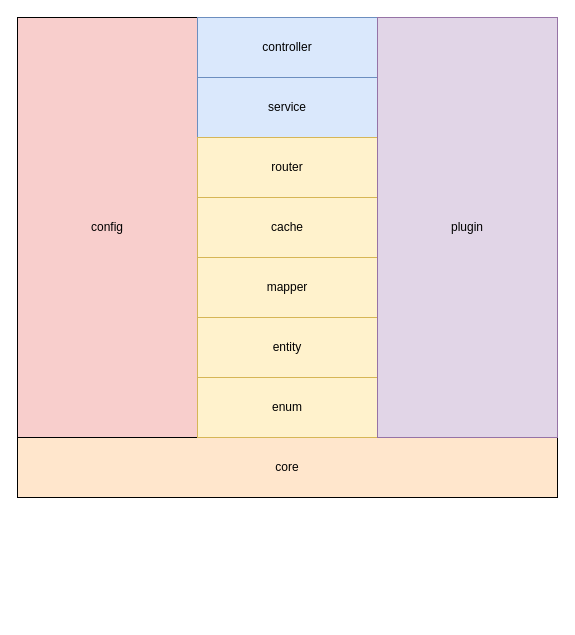
Earlier version of the draw.io diagram src/main/java/com/kaos/document/Frame.drawio (walnut-qin/springboot.skynet). Source tidied: cells renumbered, new cells numbered last; positions are measured from the earlier drawing's top-left corner, leaving out a move shared by most shapes. Both pictures are drawn from the tidied source at 100%, with x=0, y=0 at pixel (17, 17).
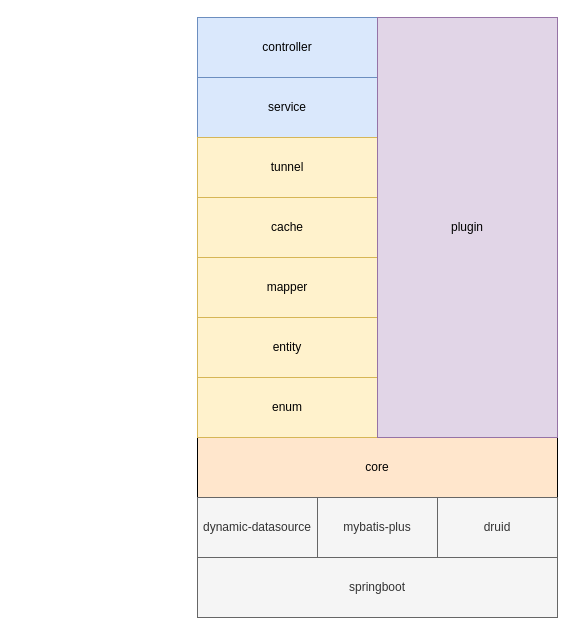
The same page after the edit.

The edit, as a diff of the source:
```diff
@@
 <mxGraphModel>
   <root>
     <mxCell id="0" />
     <mxCell id="1" parent="0" />
     <mxCell id="2" value="core" style="rounded=0;whiteSpace=wrap;html=1;fillColor=#ffe6cc;" parent="1" vertex="1">
-      <mxGeometry y="420" width="540" height="60" as="geometry" />
+      <mxGeometry x="180" y="420" width="360" height="60" as="geometry" />
     </mxCell>
-    <mxCell id="3" value="config" style="rounded=0;whiteSpace=wrap;html=1;fillColor=#f8cecc;" parent="1" vertex="1">
-      <mxGeometry width="180" height="420" as="geometry" />
-    </mxCell>
     <mxCell id="4" value="enum" style="rounded=0;whiteSpace=wrap;html=1;fillColor=#fff2cc;strokeColor=#d6b656;" parent="1" vertex="1">
       <mxGeometry x="180" y="360" width="180" height="60" as="geometry" />
     </mxCell>
     <mxCell id="5" value="entity" style="rounded=0;whiteSpace=wrap;html=1;fillColor=#fff2cc;strokeColor=#d6b656;" parent="1" vertex="1">
       <mxGeometry x="180" y="300" width="180" height="60" as="geometry" />
     </mxCell>
     <mxCell id="6" value="mapper" style="rounded=0;whiteSpace=wrap;html=1;fillColor=#fff2cc;strokeColor=#d6b656;" parent="1" vertex="1">
       <mxGeometry x="180" y="240" width="180" height="60" as="geometry" />
     </mxCell>
     <mxCell id="7" value="cache" style="rounded=0;whiteSpace=wrap;html=1;fillColor=#fff2cc;strokeColor=#d6b656;" parent="1" vertex="1">
       <mxGeometry x="180" y="180" width="180" height="60" as="geometry" />
     </mxCell>
     <mxCell id="8" value="service" style="rounded=0;whiteSpace=wrap;html=1;fillColor=#dae8fc;strokeColor=#6c8ebf;" parent="1" vertex="1">
       <mxGeometry x="180" y="60" width="180" height="60" as="geometry" />
     </mxCell>
     <mxCell id="9" value="controller" style="rounded=0;whiteSpace=wrap;html=1;fillColor=#dae8fc;strokeColor=#6c8ebf;" parent="1" vertex="1">
       <mxGeometry x="180" width="180" height="60" as="geometry" />
     </mxCell>
-    <mxCell id="10" value="router" style="rounded=0;whiteSpace=wrap;html=1;fillColor=#fff2cc;strokeColor=#d6b656;" parent="1" vertex="1">
+    <mxCell id="10" value="tunnel" style="rounded=0;whiteSpace=wrap;html=1;fillColor=#fff2cc;strokeColor=#d6b656;" parent="1" vertex="1">
       <mxGeometry x="180" y="120" width="180" height="60" as="geometry" />
     </mxCell>
     <mxCell id="11" value="plugin" style="rounded=0;whiteSpace=wrap;html=1;fillColor=#e1d5e7;strokeColor=#9673a6;" parent="1" vertex="1">
       <mxGeometry x="360" width="180" height="420" as="geometry" />
     </mxCell>
+    <mxCell id="12" value="springboot" style="rounded=0;whiteSpace=wrap;html=1;fillColor=#f5f5f5;strokeColor=#666666;fontColor=#333333;" parent="1" vertex="1">
+      <mxGeometry x="180" y="540" width="360" height="60" as="geometry" />
+    </mxCell>
+    <mxCell id="13" value="mybatis-plus" style="rounded=0;whiteSpace=wrap;html=1;fillColor=#f5f5f5;strokeColor=#666666;fontColor=#333333;" parent="1" vertex="1">
+      <mxGeometry x="300" y="480" width="120" height="60" as="geometry" />
+    </mxCell>
+    <mxCell id="14" value="druid" style="rounded=0;whiteSpace=wrap;html=1;fillColor=#f5f5f5;strokeColor=#666666;fontColor=#333333;" parent="1" vertex="1">
+      <mxGeometry x="420" y="480" width="120" height="60" as="geometry" />
+    </mxCell>
+    <mxCell id="15" value="dynamic-datasource" style="rounded=0;whiteSpace=wrap;html=1;fillColor=#f5f5f5;strokeColor=#666666;fontColor=#333333;" parent="1" vertex="1">
+      <mxGeometry x="180" y="480" width="120" height="60" as="geometry" />
+    </mxCell>
   </root>
 </mxGraphModel>
```
